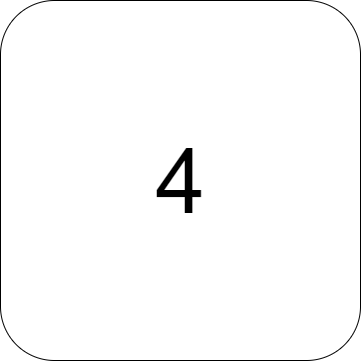
zintom69/Game-Rush-Hour keeps this draw.io diagram as Rush Hour Main/assets/MapButtons/4(A).png. Above is the earlier version. Source tidied: cells renumbered, new cells last; positions are measured from the earlier drawing's top-left corner, leaving out a move shared by most shapes.
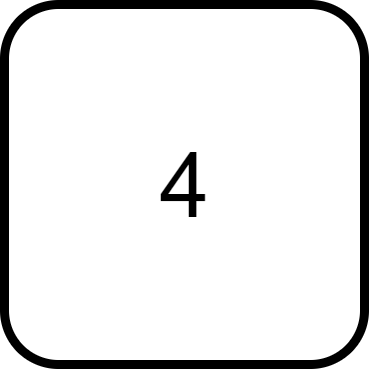
Later version of the same file.

What changed in the source:
```diff
@@ -2,7 +2,7 @@
   <root>
     <mxCell id="0" />
     <mxCell id="1" parent="0" />
-    <mxCell id="2" value="&lt;span style=&quot;font-size: 90px;&quot;&gt;4&lt;/span&gt;" style="rounded=1;whiteSpace=wrap;html=1;" parent="1" vertex="1">
+    <mxCell id="2" value="&lt;span style=&quot;font-size: 90px;&quot;&gt;4&lt;/span&gt;" style="rounded=1;whiteSpace=wrap;html=1;strokeWidth=9;" parent="1" vertex="1">
       <mxGeometry width="360" height="360" as="geometry" />
     </mxCell>
   </root>
```
